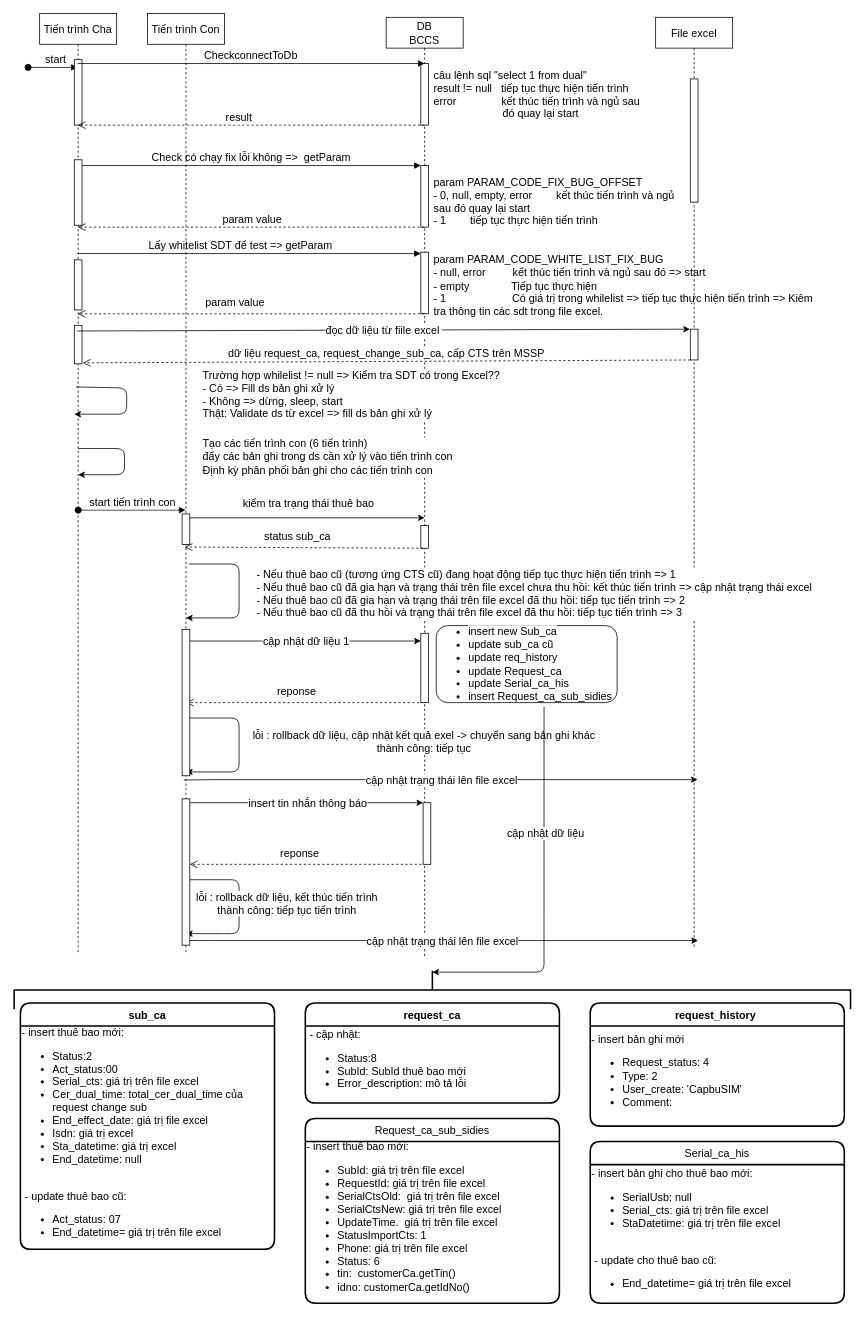
The draw.io diagram Untitled Diagram.drawio in tvthieu/testmerge, before the edit. Source tidied: cells renumbered, new cells numbered last; positions are measured from the earlier drawing's top-left corner, leaving out a move shared by most shapes. Both pictures are drawn from the tidied source at 77%, with x=0, y=0 at pixel (20, 13).
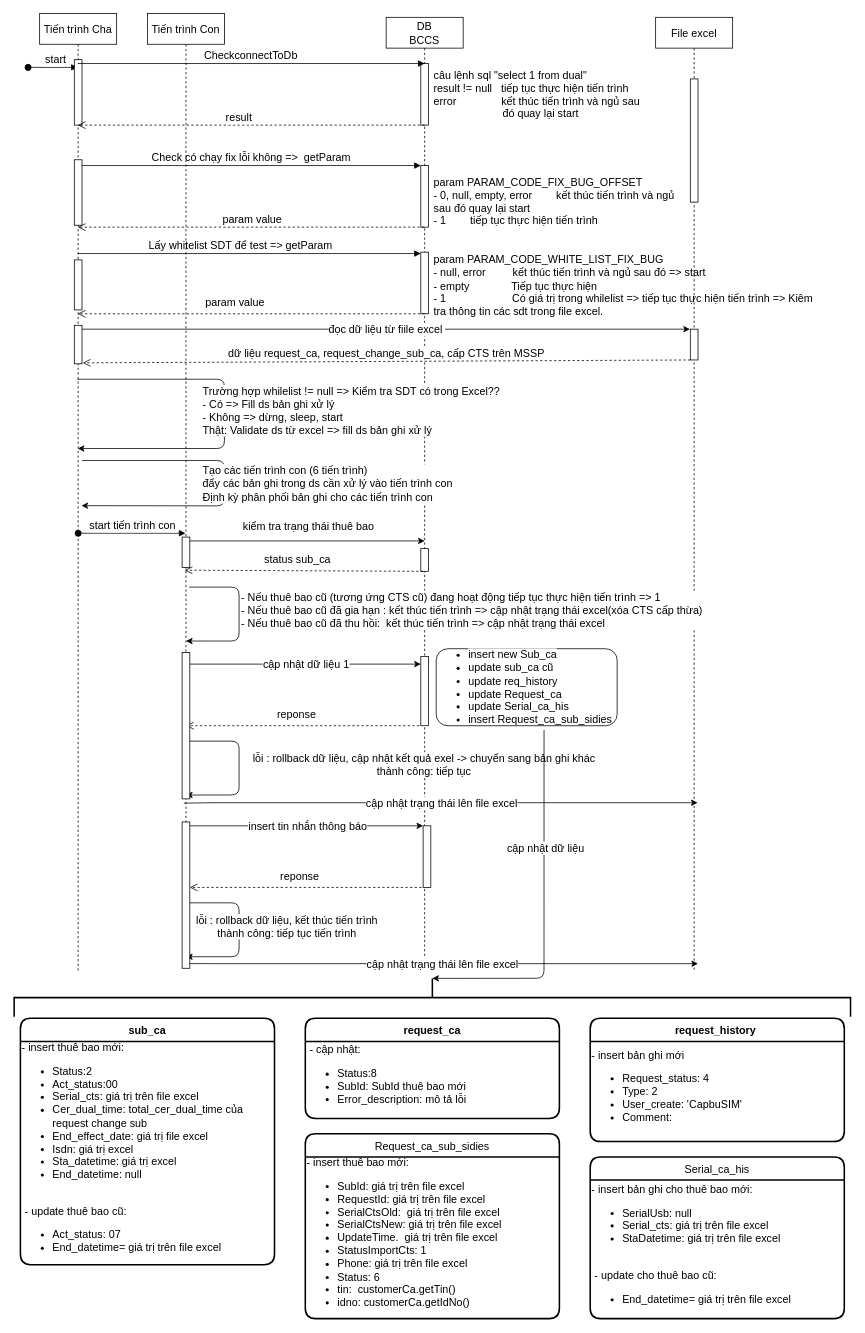
Above is the later version.

The change refers to these unchanged cells:
```xml
<mxCell id="5" style="points=[];perimeter=orthogonalPerimeter;rounded=0;shadow=0;strokeWidth=1;fontSize=14;" parent="2" vertex="1">
  <mxGeometry x="45" y="405" width="10" height="50" as="geometry" />
</mxCell>
<mxCell id="8" value="DB &#10;BCCS" style="shape=umlLifeline;perimeter=lifelinePerimeter;rounded=0;shadow=0;strokeWidth=1;fontSize=14;" parent="1" vertex="1">
  <mxGeometry x="475" y="5" width="100" height="1220" as="geometry" />
</mxCell>
```

What changed in the source:
```diff
@@
     <mxCell id="2" value="Tiến trình Cha" style="shape=umlLifeline;perimeter=lifelinePerimeter;rounded=0;shadow=0;strokeWidth=1;fontSize=14;" parent="1" vertex="1">
-      <mxGeometry x="25" width="100" height="1220" as="geometry" />
+      <mxGeometry x="25" width="100" height="1245" as="geometry" />
     </mxCell>
@@
     <mxCell id="12" style="perimeter=orthogonalPerimeter;rounded=0;shadow=0;strokeWidth=1;fontSize=14;" parent="8" vertex="1">
-      <mxGeometry x="45" y="660" width="10" height="29.5" as="geometry" />
+      <mxGeometry x="45" y="690" width="10" height="29.5" as="geometry" />
     </mxCell>
     <mxCell id="13" style="perimeter=orthogonalPerimeter;rounded=0;shadow=0;strokeWidth=1;fontSize=14;" parent="8" vertex="1">
-      <mxGeometry x="45" y="800" width="10" height="90" as="geometry" />
+      <mxGeometry x="45" y="830" width="10" height="90" as="geometry" />
     </mxCell>
     <mxCell id="14" style="perimeter=orthogonalPerimeter;rounded=0;shadow=0;strokeWidth=1;fontSize=14;" parent="8" vertex="1">
-      <mxGeometry x="48" y="1020" width="10" height="80" as="geometry" />
+      <mxGeometry x="48" y="1050" width="10" height="80" as="geometry" />
     </mxCell>
@@
     <mxCell id="17" value="File excel" style="shape=umlLifeline;perimeter=lifelinePerimeter;rounded=0;shadow=0;strokeWidth=1;fontSize=14;" parent="1" vertex="1">
-      <mxGeometry x="825" y="5" width="100" height="1210" as="geometry" />
+      <mxGeometry x="825" y="5" width="100" height="1240" as="geometry" />
     </mxCell>
@@
-    <mxCell id="27" style="endArrow=classic;html=1;fontSize=14;exitX=0.483;exitY=0.338;exitDx=0;exitDy=0;exitPerimeter=0;" parent="1" edge="1" source="2">
+    <mxCell id="27" style="endArrow=classic;html=1;fontSize=14;" parent="1" edge="1" source="5">
       <mxGeometry relative="1" as="geometry">
         <mxPoint x="869.5" y="410" as="targetPoint" />
       </mxGeometry>
     </mxCell>
@@
     <mxCell id="30" style="endArrow=classic;html=1;fontSize=14;" parent="1" edge="1" source="69">
       <mxGeometry relative="1" as="geometry">
-        <mxPoint x="525" y="655" as="targetPoint" />
+        <mxPoint x="525" y="685" as="targetPoint" />
       </mxGeometry>
     </mxCell>
@@
-    <mxCell id="32" value="status sub_ca" style="verticalAlign=bottom;endArrow=open;dashed=1;endSize=8;shadow=0;strokeWidth=1;fontSize=14;entryX=0.483;entryY=0.568;entryDx=0;entryDy=0;entryPerimeter=0;" parent="1" edge="1" target="68">
+    <mxCell id="32" value="status sub_ca" style="verticalAlign=bottom;endArrow=open;dashed=1;endSize=8;shadow=0;strokeWidth=1;fontSize=14;entryX=0.483;entryY=0.568;entryDx=0;entryDy=0;entryPerimeter=0;" parent="1" edge="1">
       <mxGeometry x="0.18" y="-20" relative="1" as="geometry">
-        <mxPoint x="523" y="694.5" as="sourcePoint" />
+        <mxPoint x="523" y="724.5" as="sourcePoint" />
+        <mxPoint x="213.3" y="723" as="targetPoint" />
         <mxPoint x="20" y="16" as="offset" />
       </mxGeometry>
     </mxCell>
-    <mxCell id="33" style="endArrow=classic;html=1;fontSize=14;" parent="1" edge="1">
+    <mxCell id="33" style="endArrow=classic;html=1;fontSize=14;entryX=0.493;entryY=0.501;entryDx=0;entryDy=0;entryPerimeter=0;" parent="1" edge="1">
       <mxGeometry relative="1" as="geometry">
-        <mxPoint x="75" y="565" as="sourcePoint" />
-        <mxPoint x="75" y="599" as="targetPoint" />
+        <mxPoint x="80" y="580.5" as="sourcePoint" />
+        <mxPoint x="79.3" y="639.2" as="targetPoint" />
         <Array as="points">
-          <mxPoint x="135.2" y="565" />
-          <mxPoint x="135.2" y="599" />
+          <mxPoint x="265" y="580.5" />
+          <mxPoint x="265" y="639.5" />
         </Array>
       </mxGeometry>
     </mxCell>
     <mxCell id="34" value="Tạo các tiến trình con (6 tiến trình)&lt;br&gt;đẩy các bản ghi trong ds cần xử lý vào tiến trình con&lt;br&gt;Định kỳ phân phối bản ghi cho các tiến trình con" style="edgeLabel;html=1;align=left;verticalAlign=middle;fontSize=14;" parent="33" vertex="1">
       <mxGeometry relative="1" as="geometry">
-        <mxPoint x="99.8" y="-6.6" as="offset" />
+        <mxPoint x="-30" as="offset" />
       </mxGeometry>
     </mxCell>
-    <mxCell id="35" value=" start tiến trình con" style="verticalAlign=bottom;startArrow=oval;endArrow=block;startSize=8;shadow=0;strokeWidth=1;fontSize=14;" parent="1" edge="1" target="68">
+    <mxCell id="35" value=" start tiến trình con" style="verticalAlign=bottom;startArrow=oval;endArrow=block;startSize=8;shadow=0;strokeWidth=1;fontSize=14;" parent="1" edge="1">
       <mxGeometry relative="1" as="geometry">
-        <mxPoint x="75" y="645" as="sourcePoint" />
+        <mxPoint x="75" y="675" as="sourcePoint" />
+        <mxPoint x="214.5" y="675" as="targetPoint" />
         <mxPoint x="-1" as="offset" />
       </mxGeometry>
     </mxCell>
     <mxCell id="36" style="endArrow=classic;html=1;fontSize=14;" parent="1" edge="1">
       <mxGeometry relative="1" as="geometry">
-        <mxPoint x="219" y="715" as="sourcePoint" />
-        <mxPoint x="215" y="785" as="targetPoint" />
+        <mxPoint x="219" y="745" as="sourcePoint" />
+        <mxPoint x="215" y="815" as="targetPoint" />
         <Array as="points">
-          <mxPoint x="284" y="715" />
-          <mxPoint x="284" y="785" />
-          <mxPoint x="254" y="785" />
+          <mxPoint x="284" y="745" />
+          <mxPoint x="284" y="815" />
+          <mxPoint x="254" y="815" />
         </Array>
       </mxGeometry>
     </mxCell>
-    <mxCell id="37" value="- Nếu thuê bao cũ (tương ứng CTS cũ) đang hoạt động tiếp tục thực hiện tiến trình =&amp;gt; 1&lt;br style=&quot;font-size: 14px&quot;&gt;- Nếu thuê bao cũ đã gia hạn và trạng thái trên file excel chưa thu hồi: kết thúc tiến trình =&amp;gt; cập nhật trạng thái excel&lt;br style=&quot;font-size: 14px&quot;&gt;- Nếu thuê bao cũ đã gia hạn và trạng thái trên file excel đã thu hồi: tiếp&amp;nbsp;tục tiến trình =&amp;gt; 2&lt;br&gt;- Nếu thuê bao cũ đã thu hồi và trạng thái trên file excel đã thu hồi: tiếp&amp;nbsp;tục tiến trình =&amp;gt; 3" style="edgeLabel;html=1;align=left;verticalAlign=middle;fontSize=14;" parent="36" vertex="1">
+    <mxCell id="37" value="- Nếu thuê bao cũ (tương ứng CTS cũ) đang hoạt động tiếp tục thực hiện tiến trình =&amp;gt; 1&lt;br style=&quot;font-size: 14px&quot;&gt;- Nếu thuê bao cũ đã gia hạn : kết thúc tiến trình =&amp;gt; cập nhật trạng thái excel(xóa CTS cấp thừa)&lt;br&gt;- Nếu thuê bao cũ đã thu hồi:&amp;nbsp; kết thúc tiến trình =&amp;gt; cập nhật trạng thái excel" style="edgeLabel;html=1;align=left;verticalAlign=middle;fontSize=14;" parent="36" vertex="1">
       <mxGeometry relative="1" as="geometry">
-        <mxPoint x="21" as="offset" />
+        <mxPoint x="1" y="-7.1" as="offset" />
       </mxGeometry>
     </mxCell>
     <mxCell id="38" style="endArrow=classic;html=1;fontSize=14;" parent="1" edge="1" source="70">
       <mxGeometry relative="1" as="geometry">
-        <mxPoint x="520" y="815" as="targetPoint" />
+        <mxPoint x="520" y="845" as="targetPoint" />
       </mxGeometry>
     </mxCell>
@@
     <mxCell id="40" value="reponse" style="verticalAlign=bottom;endArrow=open;dashed=1;endSize=8;shadow=0;strokeWidth=1;fontSize=14;entryX=0.5;entryY=0.5;entryDx=0;entryDy=0;entryPerimeter=0;" parent="1" edge="1" target="70">
       <mxGeometry x="0.18" y="-20" relative="1" as="geometry">
-        <mxPoint x="518" y="895" as="sourcePoint" />
+        <mxPoint x="518" y="925" as="sourcePoint" />
         <mxPoint x="20" y="16" as="offset" />
       </mxGeometry>
     </mxCell>
-    <mxCell id="41" style="endArrow=classic;html=1;fontSize=14;exitX=0.472;exitY=0.816;exitDx=0;exitDy=0;exitPerimeter=0;" parent="1" edge="1" source="68">
+    <mxCell id="41" style="endArrow=classic;html=1;fontSize=14;exitX=0.472;exitY=0.816;exitDx=0;exitDy=0;exitPerimeter=0;" parent="1" edge="1">
       <mxGeometry relative="1" as="geometry">
-        <mxPoint x="879.5" y="995" as="targetPoint" />
+        <mxPoint x="212.2" y="1025.5" as="sourcePoint" />
+        <mxPoint x="879.5" y="1025" as="targetPoint" />
         <Array as="points">
-          <mxPoint x="250" y="995" />
+          <mxPoint x="250" y="1025" />
         </Array>
       </mxGeometry>
     </mxCell>
@@
     <mxCell id="43" style="endArrow=classic;html=1;fontSize=14;" parent="1" edge="1" source="71">
       <mxGeometry relative="1" as="geometry">
-        <mxPoint x="523" y="1025" as="targetPoint" />
+        <mxPoint x="523" y="1055" as="targetPoint" />
       </mxGeometry>
     </mxCell>
@@
     <mxCell id="45" value="reponse" style="verticalAlign=bottom;endArrow=open;dashed=1;endSize=8;shadow=0;strokeWidth=1;fontSize=14;" parent="1" edge="1" target="71">
       <mxGeometry x="0.18" y="-20" relative="1" as="geometry">
-        <mxPoint x="521" y="1105" as="sourcePoint" />
+        <mxPoint x="521" y="1135" as="sourcePoint" />
         <mxPoint x="20" y="16" as="offset" />
       </mxGeometry>
     </mxCell>
     <mxCell id="46" style="endArrow=classic;html=1;fontSize=14;exitX=0.5;exitY=0.968;exitDx=0;exitDy=0;exitPerimeter=0;" parent="1" edge="1" source="71">
       <mxGeometry relative="1" as="geometry">
-        <mxPoint x="880" y="1204" as="targetPoint" />
+        <mxPoint x="880" y="1234" as="targetPoint" />
         <Array as="points">
-          <mxPoint x="250.5" y="1204" />
+          <mxPoint x="250.5" y="1234" />
         </Array>
       </mxGeometry>
     </mxCell>
@@
     <mxCell id="48" style="endArrow=classic;html=1;fontSize=14;" parent="1" edge="1">
       <mxGeometry relative="1" as="geometry">
-        <mxPoint x="219" y="915" as="sourcePoint" />
-        <mxPoint x="215" y="985" as="targetPoint" />
+        <mxPoint x="219" y="945" as="sourcePoint" />
+        <mxPoint x="215" y="1015" as="targetPoint" />
         <Array as="points">
-          <mxPoint x="284" y="915" />
-          <mxPoint x="284" y="985" />
-          <mxPoint x="254" y="985" />
+          <mxPoint x="284" y="945" />
+          <mxPoint x="284" y="1015" />
+          <mxPoint x="254" y="1015" />
         </Array>
       </mxGeometry>
     </mxCell>
@@
     <mxCell id="50" style="endArrow=classic;html=1;fontSize=14;" parent="1" edge="1">
       <mxGeometry relative="1" as="geometry">
-        <mxPoint x="219" y="1125" as="sourcePoint" />
-        <mxPoint x="215" y="1195" as="targetPoint" />
+        <mxPoint x="219" y="1155" as="sourcePoint" />
+        <mxPoint x="215" y="1225" as="targetPoint" />
         <Array as="points">
-          <mxPoint x="284" y="1125" />
-          <mxPoint x="284" y="1195" />
-          <mxPoint x="254" y="1195" />
+          <mxPoint x="284" y="1155" />
+          <mxPoint x="284" y="1225" />
+          <mxPoint x="254" y="1225" />
         </Array>
       </mxGeometry>
     </mxCell>
@@
-    <mxCell id="52" style="endArrow=classic;html=1;exitX=0.596;exitY=1.056;exitDx=0;exitDy=0;exitPerimeter=0;fontSize=14;" parent="1" edge="1" source="54">
+    <mxCell id="52" style="endArrow=classic;html=1;exitX=0.596;exitY=1.056;exitDx=0;exitDy=0;exitPerimeter=0;fontSize=14;entryX=0;entryY=0.5;entryDx=0;entryDy=0;entryPerimeter=0;" parent="1" edge="1" source="54" target="55">
       <mxGeometry relative="1" as="geometry">
-        <mxPoint x="535" y="1245" as="targetPoint" />
         <Array as="points">
-          <mxPoint x="680" y="1245" />
+          <mxPoint x="680" y="1253" />
         </Array>
       </mxGeometry>
     </mxCell>
@@
     <mxCell id="54" value="&lt;ul style=&quot;font-size: 14px;&quot;&gt;&lt;li style=&quot;font-size: 14px;&quot;&gt;&lt;span style=&quot;font-size: 14px; background-color: rgb(255, 255, 255);&quot;&gt;insert new Sub_ca&lt;/span&gt;&lt;/li&gt;&lt;li style=&quot;font-size: 14px;&quot;&gt;update sub_ca cũ&lt;/li&gt;&lt;li style=&quot;font-size: 14px;&quot;&gt;update req_history&lt;/li&gt;&lt;li style=&quot;font-size: 14px;&quot;&gt;update&amp;nbsp;Request_ca&lt;br style=&quot;font-size: 14px;&quot;&gt;&lt;/li&gt;&lt;li style=&quot;font-size: 14px;&quot;&gt;update&amp;nbsp;Serial_ca_his&lt;br style=&quot;font-size: 14px;&quot;&gt;&lt;/li&gt;&lt;li style=&quot;font-size: 14px;&quot;&gt;insert Request_ca_sub_sidies&lt;/li&gt;&lt;/ul&gt;" style="rounded=1;whiteSpace=wrap;html=1;align=left;fontSize=14;" parent="1" vertex="1">
-      <mxGeometry x="540" y="795" width="235" height="100" as="geometry" />
+      <mxGeometry x="540" y="825" width="235" height="100" as="geometry" />
     </mxCell>
     <mxCell id="55" style="strokeWidth=2;html=1;shape=mxgraph.flowchart.annotation_2;align=left;labelPosition=right;rotation=90;fontSize=14;" parent="1" vertex="1">
-      <mxGeometry x="510" y="725" width="50" height="1086.2" as="geometry" />
+      <mxGeometry x="510" y="735" width="50" height="1086.2" as="geometry" />
     </mxCell>
+    <mxCell id="66" style="endArrow=classic;html=1;fontSize=14;" parent="1" edge="1" target="2">
+      <mxGeometry relative="1" as="geometry">
+        <mxPoint x="74" y="475" as="sourcePoint" />
+        <Array as="points">
+          <mxPoint x="265" y="475" />
+          <mxPoint x="265" y="565" />
+        </Array>
+      </mxGeometry>
+    </mxCell>
+    <mxCell id="67" value="Trường hợp whilelist != null =&amp;gt; Kiểm tra SDT có trong Excel??&lt;br&gt;- Có =&amp;gt; Fill ds bản ghi xử lý&lt;br&gt;- Không =&amp;gt; dừng, sleep, start&lt;br&gt;&lt;div&gt;Thật: Validate ds từ excel =&amp;gt; fill ds bản ghi xử lý&lt;/div&gt;" style="edgeLabel;html=1;align=left;verticalAlign=middle;fontSize=14;" parent="66" vertex="1">
+      <mxGeometry relative="1" as="geometry">
+        <mxPoint x="-30" y="-4.8" as="offset" />
+      </mxGeometry>
+    </mxCell>
+    <mxCell id="68" value="Tiến trình Con" style="shape=umlLifeline;perimeter=lifelinePerimeter;rounded=0;shadow=0;strokeWidth=1;fontSize=14;" parent="1" vertex="1">
+      <mxGeometry x="165" width="100" height="1220" as="geometry" />
+    </mxCell>
+    <mxCell id="69" style="points=[];perimeter=orthogonalPerimeter;rounded=0;shadow=0;strokeWidth=1;fontSize=14;" parent="68" vertex="1">
+      <mxGeometry x="45" y="680" width="10" height="39.5" as="geometry" />
+    </mxCell>
+    <mxCell id="70" style="points=[];perimeter=orthogonalPerimeter;rounded=0;shadow=0;strokeWidth=1;fontSize=14;" parent="68" vertex="1">
+      <mxGeometry x="45" y="830" width="10" height="190" as="geometry" />
+    </mxCell>
+    <mxCell id="71" style="points=[];perimeter=orthogonalPerimeter;rounded=0;shadow=0;strokeWidth=1;fontSize=14;" parent="68" vertex="1">
+      <mxGeometry x="45" y="1050" width="10" height="190" as="geometry" />
+    </mxCell>
     <mxCell id="56" value="sub_ca" style="swimlane;horizontal=1;startSize=30;rounded=1;fontSize=14;fontStyle=1;strokeWidth=2;shadow=0;dashed=0;align=center;fontFamily=Helvetica;" parent="1" vertex="1">
-      <mxGeometry y="1285" width="330" height="320" as="geometry" />
+      <mxGeometry y="1305" width="330" height="320" as="geometry" />
     </mxCell>
@@
     <mxCell id="58" value="request_ca" style="swimlane;horizontal=1;startSize=30;rounded=1;fontSize=14;fontStyle=1;strokeWidth=2;shadow=0;dashed=0;align=center;fontFamily=Helvetica;" parent="1" vertex="1">
-      <mxGeometry x="370" y="1285" width="330" height="130" as="geometry" />
+      <mxGeometry x="370" y="1305" width="330" height="130" as="geometry" />
     </mxCell>
@@
     <mxCell id="60" value="Request_ca_sub_sidies" style="swimlane;horizontal=1;startSize=30;rounded=1;fontSize=14;fontStyle=0;strokeWidth=2;shadow=0;dashed=0;align=center;fontFamily=Helvetica;" parent="1" vertex="1">
-      <mxGeometry x="370" y="1435" width="330" height="240" as="geometry" />
+      <mxGeometry x="370" y="1455" width="330" height="240" as="geometry" />
     </mxCell>
@@
     <mxCell id="62" value="request_history " style="swimlane;horizontal=1;startSize=30;rounded=1;fontSize=14;fontStyle=1;strokeWidth=2;shadow=0;dashed=0;align=center;fontFamily=Helvetica;" parent="1" vertex="1">
-      <mxGeometry x="740" y="1285" width="330" height="160" as="geometry" />
+      <mxGeometry x="740" y="1305" width="330" height="160" as="geometry" />
     </mxCell>
@@
     <mxCell id="64" value="Serial_ca_his" style="swimlane;horizontal=1;startSize=30;rounded=1;fontSize=14;fontStyle=0;strokeWidth=2;shadow=0;dashed=0;align=center;fontFamily=Helvetica;" parent="1" vertex="1">
-      <mxGeometry x="740" y="1465" width="330" height="210" as="geometry" />
+      <mxGeometry x="740" y="1485" width="330" height="210" as="geometry" />
     </mxCell>
@@
-    <mxCell id="66" style="endArrow=classic;html=1;fontSize=14;entryX=0.472;entryY=0.45;entryDx=0;entryDy=0;entryPerimeter=0;exitX=0.493;exitY=0.421;exitDx=0;exitDy=0;exitPerimeter=0;" parent="1" edge="1">
-      <mxGeometry relative="1" as="geometry">
-        <mxPoint x="72.1" y="485" as="sourcePoint" />
-        <mxPoint x="70" y="520.4" as="targetPoint" />
-        <Array as="points">
-          <mxPoint x="138" y="486.4" />
-          <mxPoint x="138" y="520.4" />
-        </Array>
-      </mxGeometry>
-    </mxCell>
-    <mxCell id="67" value="Trường hợp whilelist != null =&amp;gt; Kiểm tra SDT có trong Excel??&lt;br&gt;- Có =&amp;gt; Fill ds bản ghi xử lý&lt;br&gt;- Không =&amp;gt; dừng, sleep, start&lt;br&gt;&lt;div&gt;Thật: Validate ds từ excel =&amp;gt; fill ds bản ghi xử lý&lt;/div&gt;" style="edgeLabel;html=1;align=left;verticalAlign=middle;fontSize=14;" parent="66" vertex="1">
-      <mxGeometry relative="1" as="geometry">
-        <mxPoint x="97" y="-9.7" as="offset" />
-      </mxGeometry>
-    </mxCell>
-    <mxCell id="68" value="Tiến trình Con" style="shape=umlLifeline;perimeter=lifelinePerimeter;rounded=0;shadow=0;strokeWidth=1;fontSize=14;" parent="1" vertex="1">
-      <mxGeometry x="165" width="100" height="1220" as="geometry" />
-    </mxCell>
-    <mxCell id="69" style="points=[];perimeter=orthogonalPerimeter;rounded=0;shadow=0;strokeWidth=1;fontSize=14;" parent="68" vertex="1">
-      <mxGeometry x="45" y="650" width="10" height="39.5" as="geometry" />
-    </mxCell>
-    <mxCell id="70" style="points=[];perimeter=orthogonalPerimeter;rounded=0;shadow=0;strokeWidth=1;fontSize=14;" parent="68" vertex="1">
-      <mxGeometry x="45" y="800" width="10" height="190" as="geometry" />
-    </mxCell>
-    <mxCell id="71" style="points=[];perimeter=orthogonalPerimeter;rounded=0;shadow=0;strokeWidth=1;fontSize=14;" parent="68" vertex="1">
-      <mxGeometry x="45" y="1020" width="10" height="190" as="geometry" />
-    </mxCell>
```
